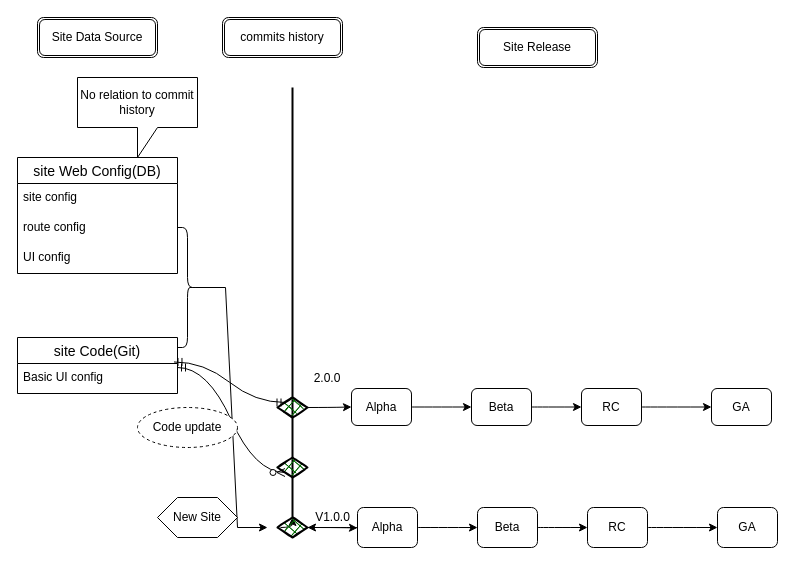
Above: Untitled Diagram.drawio in SunShine1720/Dynamic (draw.io), before the change. Source tidied: cells renumbered, new cells numbered last; positions are measured from the earlier drawing's top-left corner, leaving out a move shared by most shapes. Both pictures are drawn from the tidied source at 100%, with x=0, y=0 at pixel (17, 17).
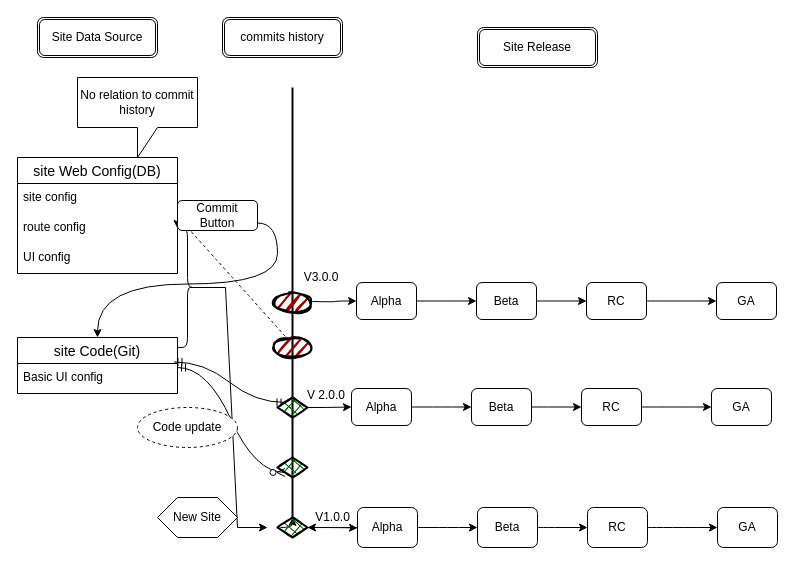
The same diagram, later.

The change refers to these unchanged cells:
```xml
<mxCell id="2" style="line;strokeWidth=2;direction=south;html=1;" parent="1" vertex="1">
  <mxGeometry x="270" y="70" width="10" height="430" as="geometry" />
</mxCell>
<mxCell id="6" value="route config" style="text;strokeColor=none;fillColor=none;spacingLeft=4;spacingRight=4;overflow=hidden;points=[[0,0.5],[1,0.5]];portConstraint=eastwest;fontSize=12;" parent="4" vertex="1">
  <mxGeometry y="56" width="160" height="30" as="geometry" />
</mxCell>
<mxCell id="8" value="site Code(Git)" style="swimlane;fontStyle=0;horizontal=1;startSize=26;align=center;fontSize=14;" parent="1" vertex="1">
  <mxGeometry y="320" width="160" height="56" as="geometry" />
</mxCell>
<mxCell id="14" style="shape=curlyBracket;whiteSpace=wrap;html=1;rounded=1;flipH=1;" parent="1" vertex="1">
  <mxGeometry x="160" y="210" width="20" height="120" as="geometry" />
</mxCell>
```

Change to the diagram source:
```diff
@@
+    <mxCell id="42" style="edgeStyle=orthogonalEdgeStyle;curved=1;rounded=0;jettySize=auto;html=1;exitX=0.5;exitY=0;exitDx=0;exitDy=0;entryX=1;entryY=0.5;entryDx=0;entryDy=0;" parent="1" edge="1" source="14" target="6">
+      <mxGeometry relative="1" as="geometry" />
+    </mxCell>
@@
-    <mxCell id="36" value="2.0.0" style="text;html=1;strokeColor=none;fillColor=none;align=center;verticalAlign=middle;whiteSpace=wrap;rounded=0;" parent="1" vertex="1">
-      <mxGeometry x="280" y="346" width="60" height="30" as="geometry" />
+    <mxCell id="36" value="V 2.0.0" style="text;html=1;strokeColor=none;fillColor=none;align=center;verticalAlign=middle;whiteSpace=wrap;rounded=0;" parent="1" vertex="1">
+      <mxGeometry x="279" y="363" width="60" height="30" as="geometry" />
     </mxCell>
@@
+    <mxCell id="43" style="endArrow=none;dashed=1;html=1;rounded=0;curved=1;exitX=0.5;exitY=0;exitDx=0;exitDy=0;entryX=0.598;entryY=0.476;entryDx=0;entryDy=0;entryPerimeter=0;" parent="1" edge="1" source="14" target="2">
+      <mxGeometry relative="1" as="geometry" />
+    </mxCell>
+    <mxCell id="44" style="edgeStyle=orthogonalEdgeStyle;curved=1;rounded=0;jettySize=auto;html=1;exitX=1;exitY=0.75;exitDx=0;exitDy=0;entryX=0.5;entryY=0;entryDx=0;entryDy=0;" parent="1" edge="1" source="45" target="8">
+      <mxGeometry relative="1" as="geometry" />
+    </mxCell>
+    <mxCell id="45" value="Commit Button" style="rounded=1;whiteSpace=wrap;html=1;" parent="1" vertex="1">
+      <mxGeometry x="160" y="183" width="80" height="30" as="geometry" />
+    </mxCell>
+    <mxCell id="46" style="ellipse;whiteSpace=wrap;html=1;strokeWidth=2;fillWeight=2;hachureGap=8;fillColor=#990000;fillStyle=dots;sketch=1;" parent="1" vertex="1">
+      <mxGeometry x="255" y="320" width="40" height="20" as="geometry" />
+    </mxCell>
+    <mxCell id="47" style="ellipse;whiteSpace=wrap;html=1;strokeWidth=2;fillWeight=2;hachureGap=8;fillColor=#990000;fillStyle=dots;sketch=1;" parent="1" vertex="1">
+      <mxGeometry x="255" y="275" width="40" height="20" as="geometry" />
+    </mxCell>
+    <mxCell id="48" style="edgeStyle=orthogonalEdgeStyle;curved=1;rounded=0;jettySize=auto;html=1;exitX=1;exitY=0.5;exitDx=0;exitDy=0;entryX=0;entryY=0.5;entryDx=0;entryDy=0;" parent="1" edge="1" target="50">
+      <mxGeometry relative="1" as="geometry">
+        <mxPoint x="295" y="284" as="sourcePoint" />
+      </mxGeometry>
+    </mxCell>
+    <mxCell id="49" style="edgeStyle=orthogonalEdgeStyle;curved=1;rounded=0;jettySize=auto;html=1;exitX=1;exitY=0.5;exitDx=0;exitDy=0;entryX=0;entryY=0.5;entryDx=0;entryDy=0;" parent="1" edge="1" source="50" target="52">
+      <mxGeometry relative="1" as="geometry" />
+    </mxCell>
+    <mxCell id="50" value="Alpha" style="rounded=1;whiteSpace=wrap;html=1;" parent="1" vertex="1">
+      <mxGeometry x="339" y="265" width="60" height="37" as="geometry" />
+    </mxCell>
+    <mxCell id="51" style="edgeStyle=orthogonalEdgeStyle;curved=1;rounded=0;jettySize=auto;html=1;exitX=1;exitY=0.5;exitDx=0;exitDy=0;entryX=0;entryY=0.5;entryDx=0;entryDy=0;" parent="1" edge="1" source="52" target="54">
+      <mxGeometry relative="1" as="geometry" />
+    </mxCell>
+    <mxCell id="52" value="Beta" style="rounded=1;whiteSpace=wrap;html=1;" parent="1" vertex="1">
+      <mxGeometry x="459" y="265" width="60" height="37" as="geometry" />
+    </mxCell>
+    <mxCell id="53" style="edgeStyle=orthogonalEdgeStyle;curved=1;rounded=0;jettySize=auto;html=1;exitX=1;exitY=0.5;exitDx=0;exitDy=0;entryX=0;entryY=0.5;entryDx=0;entryDy=0;" parent="1" edge="1" source="54" target="55">
+      <mxGeometry relative="1" as="geometry" />
+    </mxCell>
+    <mxCell id="54" value="RC" style="rounded=1;whiteSpace=wrap;html=1;" parent="1" vertex="1">
+      <mxGeometry x="569" y="265" width="60" height="37" as="geometry" />
+    </mxCell>
+    <mxCell id="55" value="GA" style="rounded=1;whiteSpace=wrap;html=1;" parent="1" vertex="1">
+      <mxGeometry x="699" y="265" width="60" height="37" as="geometry" />
+    </mxCell>
+    <mxCell id="56" value="V3.0.0" style="text;html=1;strokeColor=none;fillColor=none;align=center;verticalAlign=middle;whiteSpace=wrap;rounded=0;" parent="1" vertex="1">
+      <mxGeometry x="274" y="245" width="60" height="30" as="geometry" />
+    </mxCell>
```
